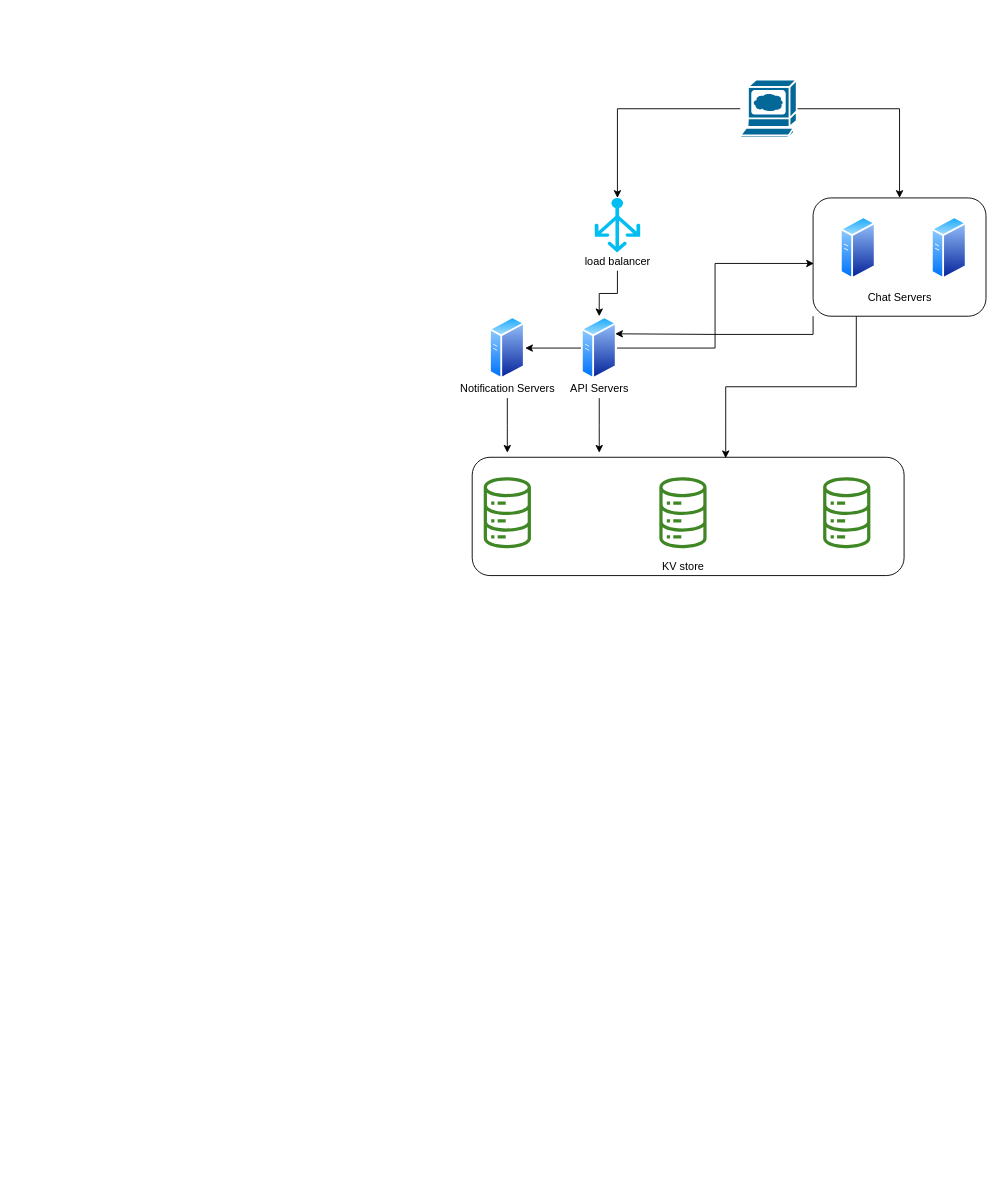
Above: Chat Service.drawio in qiusli/system-design (draw.io), before the change. Source tidied: cells renumbered, new cells numbered last; positions are measured from the earlier drawing's top-left corner, leaving out a move shared by most shapes. Both pictures are drawn from the tidied source at 91%, with x=0, y=0 at pixel (452, 79).
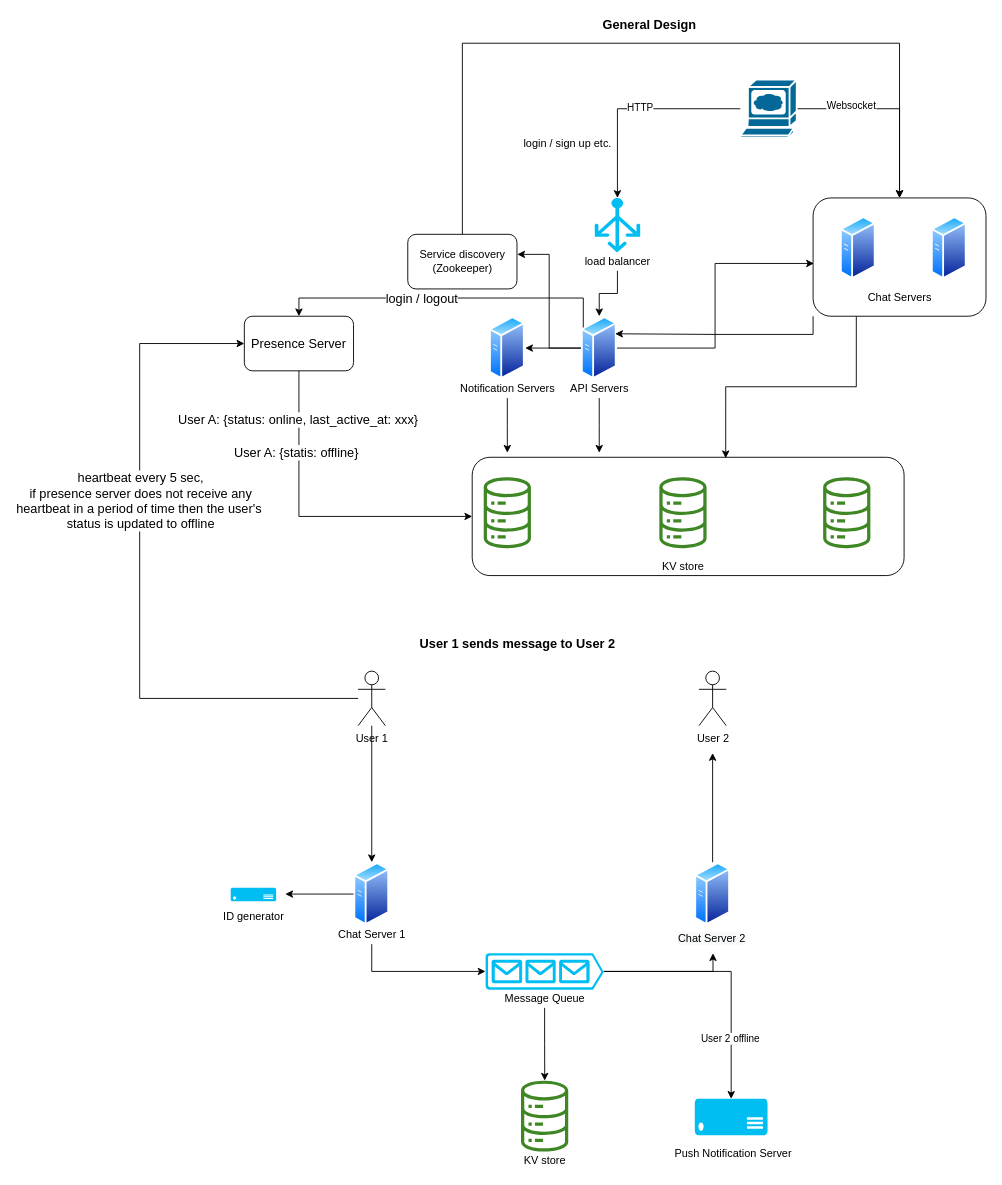
The same page after the edit.

Unchanged cells that the change refers to:
```xml
<mxCell id="2" style="rounded=1;whiteSpace=wrap;html=1;" parent="1" vertex="1">
  <mxGeometry x="21.4" y="415" width="474.6" height="130" as="geometry" />
</mxCell>
<mxCell id="3" style="edgeStyle=orthogonalEdgeStyle;rounded=0;jettySize=auto;html=1;entryX=0.5;entryY=0;entryDx=0;entryDy=0;entryPerimeter=0;" parent="1" edge="1" source="5" target="6">
  <mxGeometry relative="1" as="geometry" />
</mxCell>
<mxCell id="4" style="edgeStyle=orthogonalEdgeStyle;rounded=0;jettySize=auto;html=1;entryX=0.5;entryY=0;entryDx=0;entryDy=0;" parent="1" edge="1" source="5" target="14">
  <mxGeometry relative="1" as="geometry" />
</mxCell>
<mxCell id="11" style="perimeter=ellipsePerimeter;html=1;align=center;shadow=0;dashed=0;spacingTop=3;image;image=img/lib/active_directory/generic_server.svg;" parent="1" vertex="1">
  <mxGeometry x="141.4" y="260" width="39.2" height="70" as="geometry" />
</mxCell>
<mxCell id="14" style="rounded=1;whiteSpace=wrap;html=1;" parent="1" vertex="1">
  <mxGeometry x="396" y="130" width="190" height="130" as="geometry" />
</mxCell>
```

The edit, as a diff of the source:
```diff
@@
+    <mxCell id="27" value="HTTP" style="edgeLabel;html=1;align=center;verticalAlign=middle;" parent="3" vertex="1">
+      <mxGeometry x="-0.05" y="-2" relative="1" as="geometry" />
+    </mxCell>
@@
+    <mxCell id="28" value="Websocket" style="edgeLabel;html=1;align=center;verticalAlign=middle;" parent="4" vertex="1">
+      <mxGeometry x="-0.44" y="4" relative="1" as="geometry" />
+    </mxCell>
@@
+    <mxCell id="29" style="edgeStyle=orthogonalEdgeStyle;rounded=0;jettySize=auto;html=1;entryX=1.003;entryY=0.367;entryDx=0;entryDy=0;entryPerimeter=0;" parent="1" edge="1" source="11" target="34">
+      <mxGeometry relative="1" as="geometry" />
+    </mxCell>
+    <mxCell id="30" style="edgeStyle=orthogonalEdgeStyle;rounded=0;jettySize=auto;html=1;exitX=0;exitY=0.25;exitDx=0;exitDy=0;entryX=0.5;entryY=0;entryDx=0;entryDy=0;fontSize=14;" parent="1" edge="1" source="11" target="64">
+      <mxGeometry relative="1" as="geometry">
+        <Array as="points">
+          <mxPoint x="144" y="240" />
+          <mxPoint x="-169" y="240" />
+        </Array>
+      </mxGeometry>
+    </mxCell>
+    <mxCell id="31" value="login / logout" style="edgeLabel;html=1;align=center;verticalAlign=middle;fontSize=14;" parent="30" vertex="1">
+      <mxGeometry x="0.32" y="2" relative="1" as="geometry">
+        <mxPoint x="28" y="-2" as="offset" />
+      </mxGeometry>
+    </mxCell>
@@
+    <mxCell id="32" value="login / sign up etc." style="text;html=1;align=center;verticalAlign=middle;strokeColor=none;fillColor=none;" parent="1" vertex="1">
+      <mxGeometry x="70.6" y="60" width="110" height="20" as="geometry" />
+    </mxCell>
+    <mxCell id="33" style="edgeStyle=orthogonalEdgeStyle;rounded=0;jettySize=auto;html=1;entryX=0.5;entryY=0;entryDx=0;entryDy=0;" parent="1" edge="1" source="34" target="14">
+      <mxGeometry relative="1" as="geometry">
+        <Array as="points">
+          <mxPoint x="11" y="-40" />
+          <mxPoint x="491" y="-40" />
+        </Array>
+      </mxGeometry>
+    </mxCell>
+    <mxCell id="34" value="Service discovery (Zookeeper)" style="rounded=1;whiteSpace=wrap;html=1;" parent="1" vertex="1">
+      <mxGeometry x="-49.4" y="170" width="120" height="60" as="geometry" />
+    </mxCell>
+    <mxCell id="35" style="edgeStyle=orthogonalEdgeStyle;rounded=0;jettySize=auto;html=1;entryX=0.5;entryY=0;entryDx=0;entryDy=0;" parent="1" edge="1" source="38" target="40">
+      <mxGeometry relative="1" as="geometry" />
+    </mxCell>
+    <mxCell id="36" style="edgeStyle=orthogonalEdgeStyle;rounded=0;jettySize=auto;html=1;entryX=0;entryY=0.5;entryDx=0;entryDy=0;fontSize=14;" parent="1" edge="1" source="38" target="64">
+      <mxGeometry relative="1" as="geometry">
+        <Array as="points">
+          <mxPoint x="-344" y="680" />
+          <mxPoint x="-344" y="290" />
+        </Array>
+      </mxGeometry>
+    </mxCell>
+    <mxCell id="37" value="heartbeat every 5 sec,&lt;br&gt;if presence server does not receive any&lt;br&gt;heartbeat in a period of time then the user's&amp;nbsp;&lt;br&gt;status is updated to offline" style="edgeLabel;html=1;align=center;verticalAlign=middle;fontSize=14;" parent="36" vertex="1">
+      <mxGeometry x="0.23" relative="1" as="geometry" />
+    </mxCell>
+    <mxCell id="38" value="User 1" style="shape=umlActor;verticalLabelPosition=bottom;verticalAlign=top;html=1;outlineConnect=0;" parent="1" vertex="1">
+      <mxGeometry x="-104" y="650" width="30" height="60" as="geometry" />
+    </mxCell>
+    <mxCell id="39" style="edgeStyle=orthogonalEdgeStyle;rounded=0;jettySize=auto;html=1;" parent="1" edge="1" source="40">
+      <mxGeometry relative="1" as="geometry">
+        <mxPoint x="-184" y="895" as="targetPoint" />
+      </mxGeometry>
+    </mxCell>
+    <mxCell id="40" style="perimeter=ellipsePerimeter;html=1;align=center;shadow=0;dashed=0;spacingTop=3;image;image=img/lib/active_directory/generic_server.svg;" parent="1" vertex="1">
+      <mxGeometry x="-108.6" y="860" width="39.2" height="70" as="geometry" />
+    </mxCell>
+    <mxCell id="41" style="edgeStyle=orthogonalEdgeStyle;rounded=0;jettySize=auto;html=1;" parent="1" edge="1" source="42">
+      <mxGeometry relative="1" as="geometry">
+        <mxPoint x="285.6" y="740" as="targetPoint" />
+      </mxGeometry>
+    </mxCell>
+    <mxCell id="42" style="perimeter=ellipsePerimeter;html=1;align=center;shadow=0;dashed=0;spacingTop=3;image;image=img/lib/active_directory/generic_server.svg;" parent="1" vertex="1">
+      <mxGeometry x="266" y="860" width="39.2" height="70" as="geometry" />
+    </mxCell>
+    <mxCell id="43" value="User 2" style="shape=umlActor;verticalLabelPosition=bottom;verticalAlign=top;html=1;" parent="1" vertex="1">
+      <mxGeometry x="270.6" y="650" width="30" height="60" as="geometry" />
+    </mxCell>
+    <mxCell id="44" style="edgeStyle=orthogonalEdgeStyle;rounded=0;jettySize=auto;html=1;entryX=0.5;entryY=1;entryDx=0;entryDy=0;" parent="1" edge="1" source="47" target="52">
+      <mxGeometry relative="1" as="geometry" />
+    </mxCell>
+    <mxCell id="45" style="edgeStyle=orthogonalEdgeStyle;rounded=0;jettySize=auto;html=1;entryX=0.5;entryY=0;entryDx=0;entryDy=0;entryPerimeter=0;" parent="1" edge="1" source="47" target="57">
+      <mxGeometry relative="1" as="geometry" />
+    </mxCell>
+    <mxCell id="46" value="User 2 offline" style="edgeLabel;html=1;align=center;verticalAlign=middle;" parent="45" vertex="1">
+      <mxGeometry x="0.52" y="-2" relative="1" as="geometry" />
+    </mxCell>
+    <mxCell id="47" style="verticalLabelPosition=bottom;html=1;verticalAlign=top;align=center;strokeColor=none;fillColor=#00BEF2;shape=mxgraph.azure.queue_generic;" parent="1" vertex="1">
+      <mxGeometry x="36" y="960" width="130" height="40" as="geometry" />
+    </mxCell>
+    <mxCell id="48" style="verticalLabelPosition=bottom;html=1;verticalAlign=top;align=center;strokeColor=none;fillColor=#00BEF2;shape=mxgraph.azure.server;" parent="1" vertex="1">
+      <mxGeometry x="-244" y="888" width="50" height="15" as="geometry" />
+    </mxCell>
+    <mxCell id="49" value="ID generator" style="text;html=1;align=center;verticalAlign=middle;strokeColor=none;fillColor=none;" parent="1" vertex="1">
+      <mxGeometry x="-259" y="910" width="80" height="20" as="geometry" />
+    </mxCell>
+    <mxCell id="50" style="edgeStyle=orthogonalEdgeStyle;rounded=0;jettySize=auto;html=1;entryX=0;entryY=0.5;entryDx=0;entryDy=0;entryPerimeter=0;" parent="1" edge="1" source="51" target="47">
+      <mxGeometry relative="1" as="geometry">
+        <Array as="points">
+          <mxPoint x="-89" y="980" />
+        </Array>
+      </mxGeometry>
+    </mxCell>
+    <mxCell id="51" value="Chat Server 1" style="text;html=1;align=center;verticalAlign=middle;points=[];strokeColor=none;fillColor=none;" parent="1" vertex="1">
+      <mxGeometry x="-134" y="930" width="90" height="20" as="geometry" />
+    </mxCell>
+    <mxCell id="52" value="&lt;span style=&quot;color: rgb(0 , 0 , 0) ; font-family: &amp;#34;helvetica&amp;#34; ; font-size: 12px ; font-style: normal ; font-weight: 400 ; letter-spacing: normal ; text-align: center ; text-indent: 0px ; text-transform: none ; word-spacing: 0px ; background-color: rgb(248 , 249 , 250) ; display: inline ; float: none&quot;&gt;Chat Server 2&lt;/span&gt;" style="text;whiteSpace=wrap;html=1;" parent="1" vertex="1">
+      <mxGeometry x="246" y="930" width="80" height="30" as="geometry" />
+    </mxCell>
+    <mxCell id="53" style="edgeStyle=orthogonalEdgeStyle;rounded=0;jettySize=auto;html=1;" parent="1" edge="1" source="54" target="55">
+      <mxGeometry relative="1" as="geometry" />
+    </mxCell>
+    <mxCell id="54" value="Message Queue" style="text;html=1;align=center;verticalAlign=middle;points=[];strokeColor=none;fillColor=none;" parent="1" vertex="1">
+      <mxGeometry x="51" y="1000" width="100" height="20" as="geometry" />
+    </mxCell>
+    <mxCell id="55" style="sketch=0;outlineConnect=0;fontColor=#232F3E;gradientColor=none;fillColor=#3F8624;strokeColor=none;dashed=0;verticalLabelPosition=bottom;verticalAlign=top;align=center;html=1;fontSize=12;fontStyle=0;shape=mxgraph.aws4.iot_analytics_data_store;" parent="1" vertex="1">
+      <mxGeometry x="74" y="1100" width="54" height="78" as="geometry" />
+    </mxCell>
+    <mxCell id="56" value="KV store" style="text;html=1;align=center;verticalAlign=middle;strokeColor=none;fillColor=none;" parent="1" vertex="1">
+      <mxGeometry x="70.6" y="1178" width="60" height="20" as="geometry" />
+    </mxCell>
+    <mxCell id="57" style="verticalLabelPosition=bottom;html=1;verticalAlign=top;align=center;strokeColor=none;fillColor=#00BEF2;shape=mxgraph.azure.server;" parent="1" vertex="1">
+      <mxGeometry x="266" y="1120" width="80" height="40" as="geometry" />
+    </mxCell>
+    <mxCell id="58" value="Push Notification Server" style="text;html=1;align=center;verticalAlign=middle;strokeColor=none;fillColor=none;" parent="1" vertex="1">
+      <mxGeometry x="238" y="1170" width="140" height="20" as="geometry" />
+    </mxCell>
+    <mxCell id="59" value="User 1 sends message to User 2" style="text;html=1;align=center;verticalAlign=middle;strokeColor=none;fillColor=none;fontSize=14;fontStyle=1;" parent="1" vertex="1">
+      <mxGeometry x="-44" y="610" width="230" height="20" as="geometry" />
+    </mxCell>
+    <mxCell id="60" value="General Design" style="text;html=1;align=center;verticalAlign=middle;strokeColor=none;fillColor=none;fontSize=14;fontStyle=1;" parent="1" vertex="1">
+      <mxGeometry x="156" y="-70" width="120" height="20" as="geometry" />
+    </mxCell>
+    <mxCell id="61" style="edgeStyle=orthogonalEdgeStyle;rounded=0;jettySize=auto;html=1;entryX=0;entryY=0.5;entryDx=0;entryDy=0;fontSize=14;" parent="1" edge="1" source="64" target="2">
+      <mxGeometry relative="1" as="geometry">
+        <Array as="points">
+          <mxPoint x="-169" y="480" />
+        </Array>
+      </mxGeometry>
+    </mxCell>
+    <mxCell id="62" value="User A: {status: online, last_active_at: xxx}" style="edgeLabel;html=1;align=center;verticalAlign=middle;fontSize=14;" parent="61" vertex="1">
+      <mxGeometry x="-0.7" y="-2" relative="1" as="geometry" />
+    </mxCell>
+    <mxCell id="63" value="User A: {statis: offline}" style="edgeLabel;html=1;align=center;verticalAlign=middle;fontSize=14;" parent="61" vertex="1">
+      <mxGeometry x="-0.49" y="-4" relative="1" as="geometry" />
+    </mxCell>
+    <mxCell id="64" value="Presence Server" style="rounded=1;whiteSpace=wrap;html=1;fontSize=14;" parent="1" vertex="1">
+      <mxGeometry x="-229" y="260" width="120" height="60" as="geometry" />
+    </mxCell>
```
